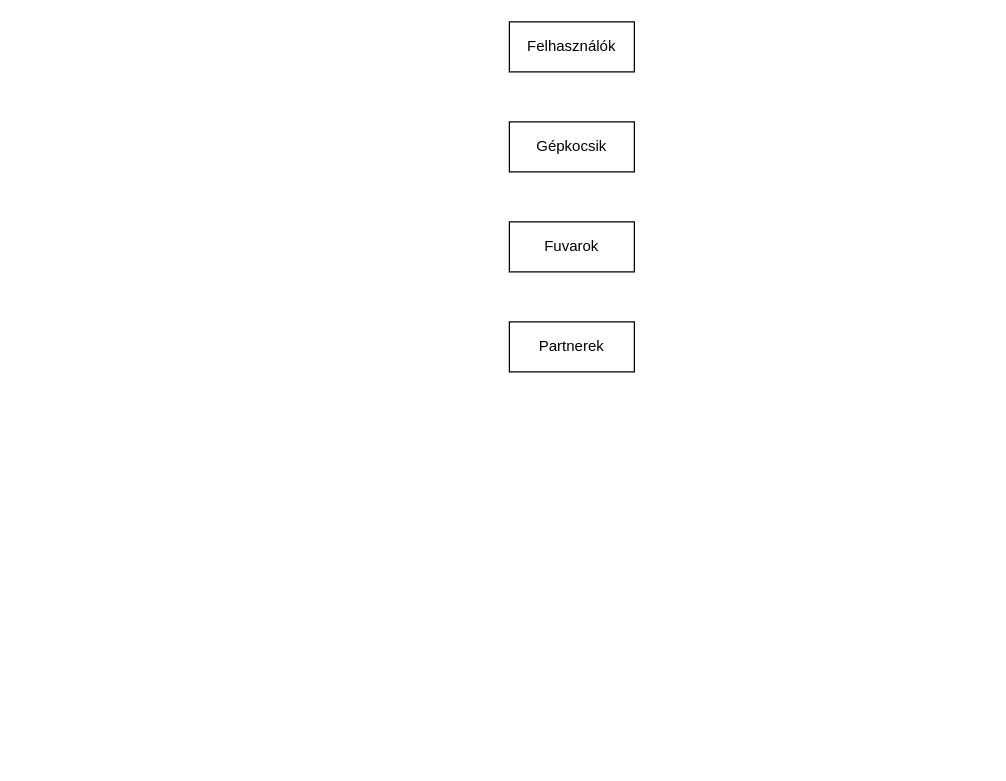
lesliehu/lesliehu.github.io keeps this draw.io diagram as page "Adatbázis kapcsolat" (2 of 2) of Megnevezetlen diagram.drawio. Above is the earlier version. Source tidied: cells renumbered, new cells numbered last; positions are measured from the earlier drawing's top-left corner, leaving out a move shared by most shapes. Both pictures are drawn from the tidied source at 125%, with x=0, y=0 at pixel (509, 21).
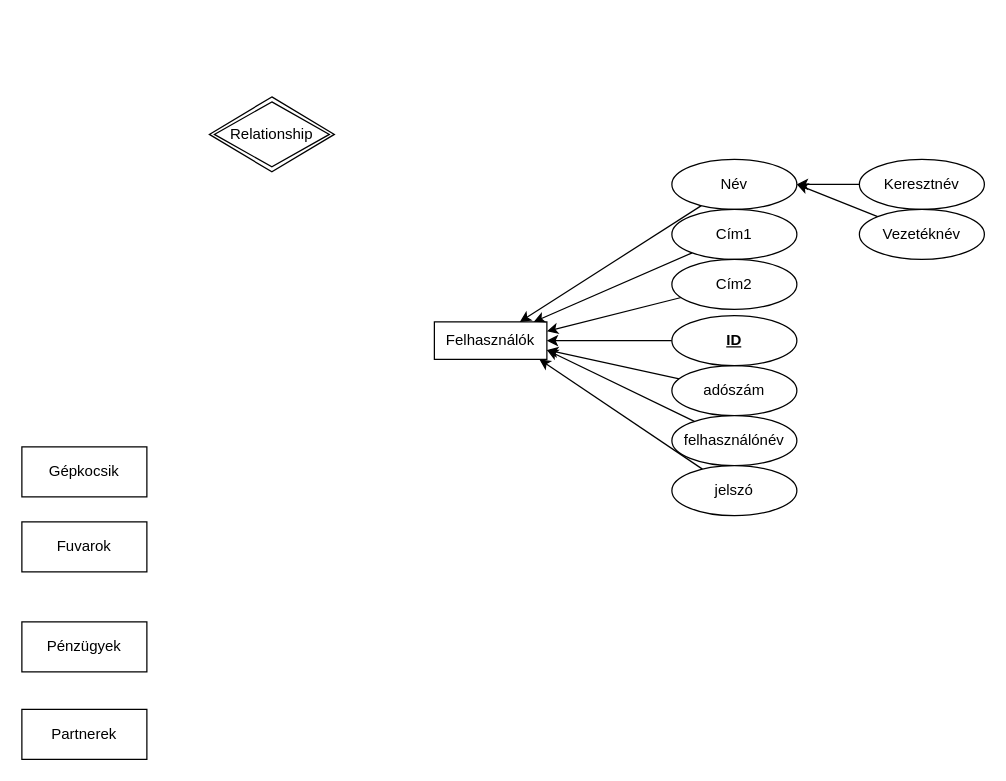
The same page after the edit.

Commit message:
Fuvarszervezői adatbázis tervezés

Diff of the diagram source:
```diff
@@
     <mxCell id="2" value="Felhasználók" style="whiteSpace=wrap;html=1;align=center;" parent="1" vertex="1">
-      <mxGeometry width="100" height="40" as="geometry" />
+      <mxGeometry x="-60" y="240" width="90" height="30" as="geometry" />
     </mxCell>
     <mxCell id="3" value="Gépkocsik" style="whiteSpace=wrap;html=1;align=center;" parent="1" vertex="1">
-      <mxGeometry y="80" width="100" height="40" as="geometry" />
+      <mxGeometry x="-390" y="340" width="100" height="40" as="geometry" />
     </mxCell>
     <mxCell id="4" value="Fuvarok" style="whiteSpace=wrap;html=1;align=center;" parent="1" vertex="1">
-      <mxGeometry y="160" width="100" height="40" as="geometry" />
+      <mxGeometry x="-390" y="400" width="100" height="40" as="geometry" />
     </mxCell>
     <mxCell id="5" value="Partnerek" style="whiteSpace=wrap;html=1;align=center;" parent="1" vertex="1">
-      <mxGeometry y="240" width="100" height="40" as="geometry" />
+      <mxGeometry x="-390" y="550" width="100" height="40" as="geometry" />
     </mxCell>
+    <mxCell id="6" value="Pénzügyek" style="whiteSpace=wrap;html=1;align=center;" parent="1" vertex="1">
+      <mxGeometry x="-390" y="480" width="100" height="40" as="geometry" />
+    </mxCell>
+    <mxCell id="7" style="rounded=0;jettySize=auto;html=1;" parent="1" edge="1" source="8" target="2">
+      <mxGeometry relative="1" as="geometry" />
+    </mxCell>
+    <mxCell id="8" value="Név" style="ellipse;whiteSpace=wrap;html=1;align=center;" parent="1" vertex="1">
+      <mxGeometry x="130" y="110" width="100" height="40" as="geometry" />
+    </mxCell>
+    <mxCell id="9" style="rounded=0;jettySize=auto;html=1;strokeColor=default;" parent="1" edge="1" source="10" target="2">
+      <mxGeometry relative="1" as="geometry" />
+    </mxCell>
+    <mxCell id="10" value="Cím1" style="ellipse;whiteSpace=wrap;html=1;align=center;" parent="1" vertex="1">
+      <mxGeometry x="130" y="150" width="100" height="40" as="geometry" />
+    </mxCell>
+    <mxCell id="11" style="edgeStyle=none;rounded=0;jettySize=auto;html=1;entryX=1;entryY=0.5;entryDx=0;entryDy=0;strokeColor=default;" parent="1" edge="1" source="12" target="8">
+      <mxGeometry relative="1" as="geometry" />
+    </mxCell>
+    <mxCell id="12" value="Keresztnév" style="ellipse;whiteSpace=wrap;html=1;align=center;" parent="1" vertex="1">
+      <mxGeometry x="280" y="110" width="100" height="40" as="geometry" />
+    </mxCell>
+    <mxCell id="13" style="edgeStyle=none;rounded=0;jettySize=auto;html=1;entryX=1;entryY=0.5;entryDx=0;entryDy=0;strokeColor=default;" parent="1" edge="1" source="14" target="8">
+      <mxGeometry relative="1" as="geometry" />
+    </mxCell>
+    <mxCell id="14" value="Vezetéknév" style="ellipse;whiteSpace=wrap;html=1;align=center;" parent="1" vertex="1">
+      <mxGeometry x="280" y="150" width="100" height="40" as="geometry" />
+    </mxCell>
+    <mxCell id="15" style="edgeStyle=none;rounded=0;jettySize=auto;html=1;entryX=1;entryY=0.75;entryDx=0;entryDy=0;strokeColor=default;" parent="1" edge="1" source="16" target="2">
+      <mxGeometry relative="1" as="geometry" />
+    </mxCell>
+    <mxCell id="16" value="adószám" style="ellipse;whiteSpace=wrap;html=1;align=center;" parent="1" vertex="1">
+      <mxGeometry x="130" y="275" width="100" height="40" as="geometry" />
+    </mxCell>
+    <mxCell id="17" style="edgeStyle=none;rounded=0;jettySize=auto;html=1;entryX=1;entryY=0.25;entryDx=0;entryDy=0;strokeColor=default;" parent="1" edge="1" source="18" target="2">
+      <mxGeometry relative="1" as="geometry" />
+    </mxCell>
+    <mxCell id="18" value="Cím2" style="ellipse;whiteSpace=wrap;html=1;align=center;" parent="1" vertex="1">
+      <mxGeometry x="130" y="190" width="100" height="40" as="geometry" />
+    </mxCell>
+    <mxCell id="19" style="edgeStyle=none;rounded=0;jettySize=auto;html=1;entryX=1;entryY=0.75;entryDx=0;entryDy=0;strokeColor=default;" parent="1" edge="1" source="20" target="2">
+      <mxGeometry relative="1" as="geometry" />
+    </mxCell>
+    <mxCell id="20" value="felhasználónév" style="ellipse;whiteSpace=wrap;html=1;align=center;" parent="1" vertex="1">
+      <mxGeometry x="130" y="315" width="100" height="40" as="geometry" />
+    </mxCell>
+    <mxCell id="21" style="edgeStyle=none;rounded=0;jettySize=auto;html=1;entryX=0.933;entryY=1;entryDx=0;entryDy=0;entryPerimeter=0;strokeColor=default;" parent="1" edge="1" source="22" target="2">
+      <mxGeometry relative="1" as="geometry" />
+    </mxCell>
+    <mxCell id="22" value="jelszó" style="ellipse;whiteSpace=wrap;html=1;align=center;" parent="1" vertex="1">
+      <mxGeometry x="130" y="355" width="100" height="40" as="geometry" />
+    </mxCell>
+    <mxCell id="23" style="edgeStyle=none;rounded=0;jettySize=auto;html=1;strokeColor=default;entryX=1;entryY=0.5;entryDx=0;entryDy=0;" parent="1" edge="1" source="24" target="2">
+      <mxGeometry relative="1" as="geometry" />
+    </mxCell>
+    <mxCell id="24" value="&lt;b&gt;&lt;u&gt;ID&lt;/u&gt;&lt;/b&gt;" style="ellipse;whiteSpace=wrap;html=1;align=center;" parent="1" vertex="1">
+      <mxGeometry x="130" y="235" width="100" height="40" as="geometry" />
+    </mxCell>
+    <mxCell id="25" value="Relationship" style="shape=rhombus;double=1;perimeter=rhombusPerimeter;whiteSpace=wrap;html=1;align=center;" parent="1" vertex="1">
+      <mxGeometry x="-240" y="60" width="100" height="60" as="geometry" />
+    </mxCell>
```
